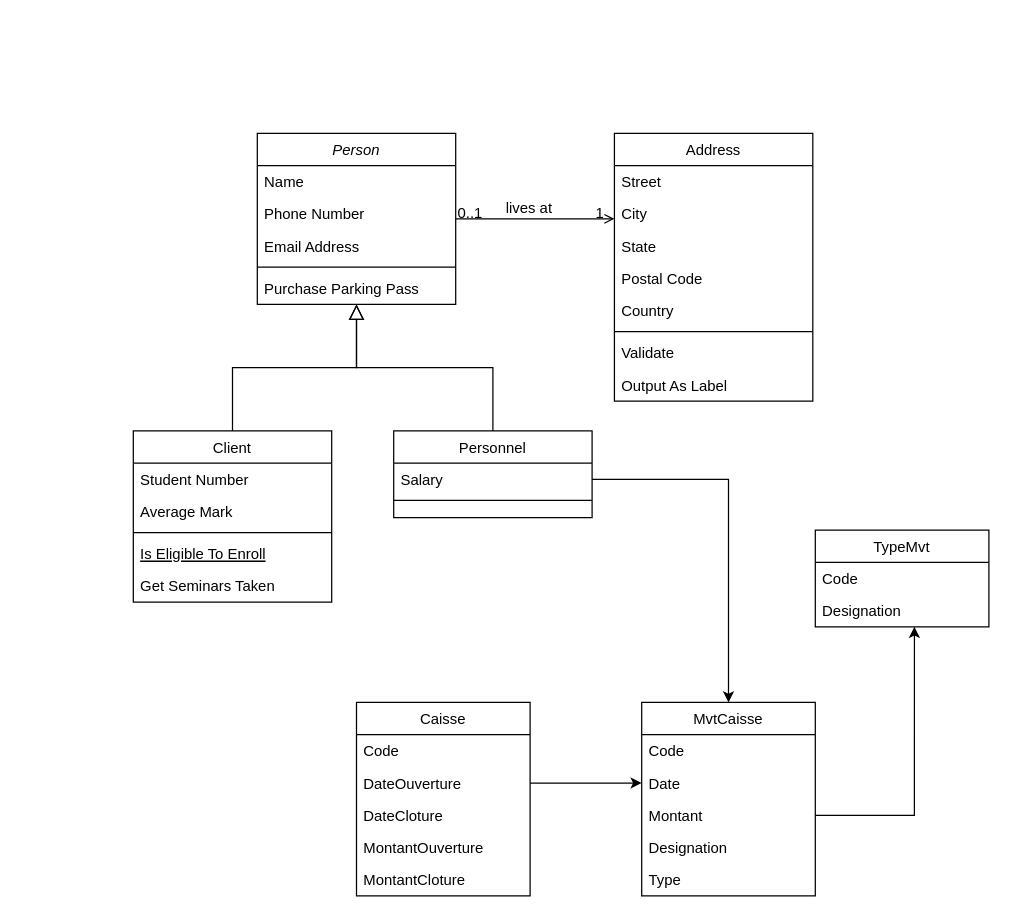
Above: Untitled Diagram.drawio in walid2406/Gestion_de_caisse (draw.io), before the change. Source tidied: cells renumbered, new cells numbered last; positions are measured from the earlier drawing's top-left corner, leaving out a move shared by most shapes. Both pictures are drawn from the tidied source at 124%, with x=0, y=0 at pixel (133, 133).
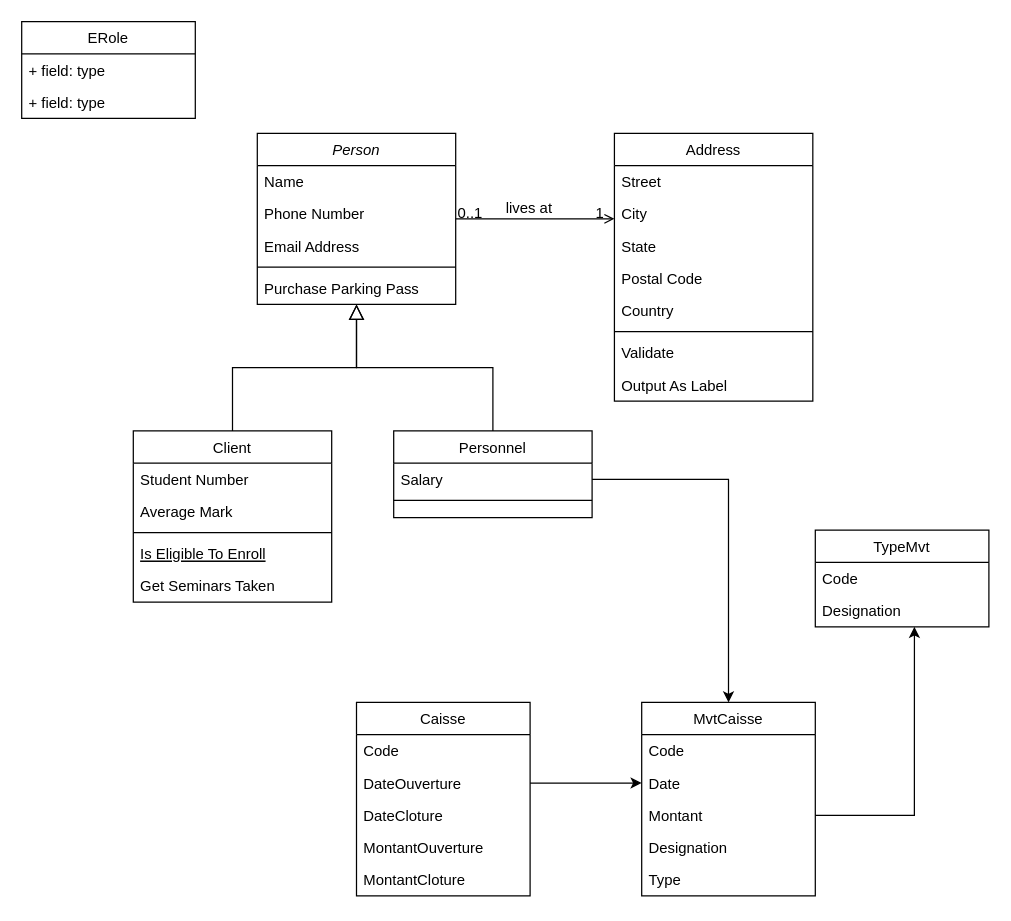
The same diagram, later.

Diff of the diagram source:
```diff
@@
+    <mxCell id="50" value="ERole" style="swimlane;fontStyle=0;horizontal=1;startSize=26;fillColor=none;" parent="1" vertex="1">
+      <mxGeometry x="-90" y="-90" width="140" height="78" as="geometry" />
+    </mxCell>
+    <mxCell id="51" value="+ field: type" style="text;strokeColor=none;fillColor=none;align=left;verticalAlign=top;spacingLeft=4;spacingRight=4;overflow=hidden;" parent="50" vertex="1">
+      <mxGeometry y="26" width="140" height="26" as="geometry" />
+    </mxCell>
+    <mxCell id="52" value="+ field: type" style="text;strokeColor=none;fillColor=none;align=left;verticalAlign=top;spacingLeft=4;spacingRight=4;overflow=hidden;" parent="50" vertex="1">
+      <mxGeometry y="52" width="140" height="26" as="geometry" />
+    </mxCell>
```
